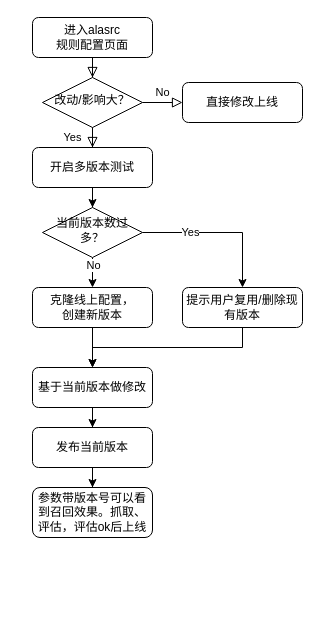
Earlier version of the draw.io diagram rule_recall_AB.drawio (SteveWongBUAA/diagrams). Source tidied: cells renumbered, new cells numbered last; positions are measured from the earlier drawing's top-left corner, leaving out a move shared by most shapes. Both pictures are drawn from the tidied source at 100%, with x=0, y=0 at pixel (32, 17).
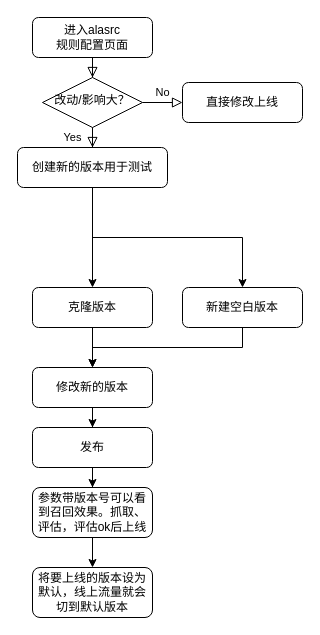
After the change.

The change refers to these unchanged cells:
```xml
<mxCell id="23" value="参数带版本号可以看到召回效果。抓取、评估，评估ok后上线" style="whiteSpace=wrap;html=1;rounded=1;shadow=0;strokeWidth=1;glass=0;" parent="1" vertex="1">
  <mxGeometry y="470" width="120" height="50" as="geometry" />
</mxCell>
```

The edit, as a diff of the source:
```diff
@@
-    <mxCell id="8" style="edgeStyle=orthogonalEdgeStyle;rounded=0;jettySize=auto;html=1;" parent="1" edge="1" source="9" target="18">
+    <mxCell id="8" style="edgeStyle=orthogonalEdgeStyle;rounded=0;jettySize=auto;html=1;entryX=0.5;entryY=0;entryDx=0;entryDy=0;" parent="1" edge="1" source="9" target="11">
       <mxGeometry relative="1" as="geometry" />
     </mxCell>
+    <mxCell id="24" style="edgeStyle=orthogonalEdgeStyle;rounded=0;jettySize=auto;html=1;entryX=0.5;entryY=0;entryDx=0;entryDy=0;exitX=0.5;exitY=1;exitDx=0;exitDy=0;" parent="1" edge="1" source="9" target="20">
+      <mxGeometry relative="1" as="geometry" />
+    </mxCell>
-    <mxCell id="9" value="开启多版本测试" style="rounded=1;whiteSpace=wrap;html=1;fontSize=12;glass=0;strokeWidth=1;shadow=0;" parent="1" vertex="1">
-      <mxGeometry y="130" width="120" height="40" as="geometry" />
+    <mxCell id="9" value="创建新的版本用于测试" style="rounded=1;whiteSpace=wrap;html=1;fontSize=12;glass=0;strokeWidth=1;shadow=0;" parent="1" vertex="1">
+      <mxGeometry x="-15" y="130" width="150" height="40" as="geometry" />
     </mxCell>
@@
-    <mxCell id="11" value="克隆线上配置，&lt;br&gt;创建新版本" style="rounded=1;whiteSpace=wrap;html=1;fontSize=12;glass=0;strokeWidth=1;shadow=0;" parent="1" vertex="1">
+    <mxCell id="11" value="克隆版本" style="rounded=1;whiteSpace=wrap;html=1;fontSize=12;glass=0;strokeWidth=1;shadow=0;" parent="1" vertex="1">
       <mxGeometry y="270" width="120" height="40" as="geometry" />
     </mxCell>
@@
-    <mxCell id="13" value="基于当前版本做修改" style="rounded=1;whiteSpace=wrap;html=1;fontSize=12;glass=0;strokeWidth=1;shadow=0;" parent="1" vertex="1">
+    <mxCell id="13" value="修改新的版本" style="rounded=1;whiteSpace=wrap;html=1;fontSize=12;glass=0;strokeWidth=1;shadow=0;" parent="1" vertex="1">
       <mxGeometry y="350" width="120" height="40" as="geometry" />
     </mxCell>
-    <mxCell id="14" style="edgeStyle=orthogonalEdgeStyle;rounded=0;jettySize=auto;html=1;" parent="1" edge="1" source="18" target="20">
-      <mxGeometry relative="1" as="geometry" />
-    </mxCell>
-    <mxCell id="15" value="Yes" style="edgeLabel;html=1;align=center;verticalAlign=middle;" parent="14" vertex="1">
-      <mxGeometry x="-0.4" y="1" relative="1" as="geometry" />
-    </mxCell>
-    <mxCell id="16" style="edgeStyle=orthogonalEdgeStyle;rounded=0;jettySize=auto;html=1;entryX=0.5;entryY=0;entryDx=0;entryDy=0;" parent="1" edge="1" source="18" target="11">
-      <mxGeometry relative="1" as="geometry" />
-    </mxCell>
-    <mxCell id="17" value="No" style="edgeLabel;html=1;align=center;verticalAlign=middle;" parent="16" vertex="1">
-      <mxGeometry x="0.2" y="3" relative="1" as="geometry">
-        <mxPoint x="-3" y="-3" as="offset" />
-      </mxGeometry>
-    </mxCell>
-    <mxCell id="18" value="当前版本数过多？" style="rhombus;whiteSpace=wrap;html=1;shadow=0;fontFamily=Helvetica;fontSize=12;align=center;strokeWidth=1;spacing=6;spacingTop=-4;" parent="1" vertex="1">
-      <mxGeometry x="10" y="190" width="100" height="50" as="geometry" />
-    </mxCell>
@@
-    <mxCell id="20" value="提示用户复用/删除现有版本" style="rounded=1;whiteSpace=wrap;html=1;fontSize=12;glass=0;strokeWidth=1;shadow=0;" parent="1" vertex="1">
+    <mxCell id="20" value="新建空白版本" style="rounded=1;whiteSpace=wrap;html=1;fontSize=12;glass=0;strokeWidth=1;shadow=0;" parent="1" vertex="1">
       <mxGeometry x="150" y="270" width="120" height="40" as="geometry" />
     </mxCell>
@@
-    <mxCell id="22" value="发布当前版本" style="whiteSpace=wrap;html=1;rounded=1;shadow=0;strokeWidth=1;glass=0;" parent="1" vertex="1">
+    <mxCell id="22" value="发布" style="whiteSpace=wrap;html=1;rounded=1;shadow=0;strokeWidth=1;glass=0;" parent="1" vertex="1">
       <mxGeometry y="410" width="120" height="40" as="geometry" />
     </mxCell>
+    <mxCell id="25" style="edgeStyle=orthogonalEdgeStyle;rounded=0;jettySize=auto;html=1;" parent="1" edge="1" source="23" target="26">
+      <mxGeometry relative="1" as="geometry" />
+    </mxCell>
@@
+    <mxCell id="26" value="将要上线的版本设为默认，线上流量就会切到默认版本" style="whiteSpace=wrap;html=1;rounded=1;shadow=0;strokeWidth=1;glass=0;" parent="1" vertex="1">
+      <mxGeometry y="550" width="120" height="50" as="geometry" />
+    </mxCell>
```
